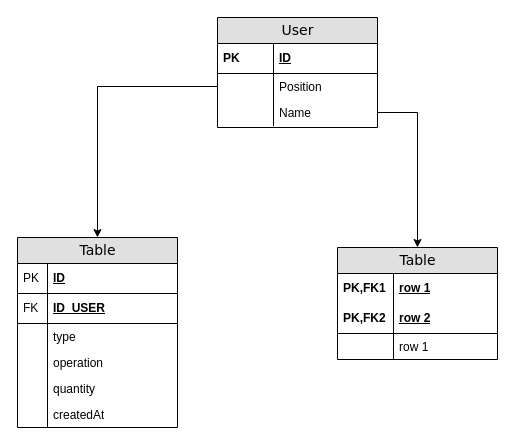
Before: Diagrama sem nome.drawio in Murilloxfogaca/Terceiro-Mundo-Futsal, a draw.io diagram. Source tidied: cells renumbered, new cells numbered last; positions are measured from the earlier drawing's top-left corner, leaving out a move shared by most shapes. Both pictures are drawn from the tidied source at 100%, with x=0, y=0 at pixel (17, 17).
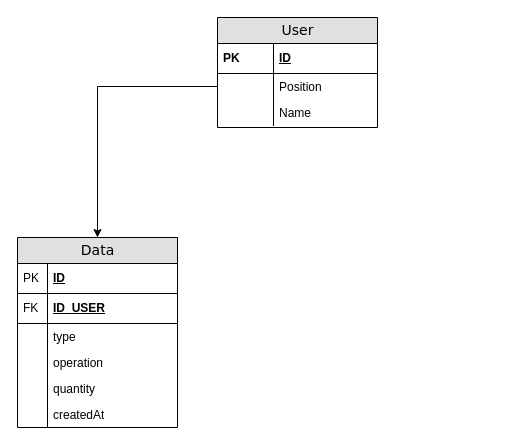
Above is the later version.

Unchanged cells that the change refers to:
```xml
<mxCell id="7" value="&lt;div&gt;Name&lt;/div&gt;" style="shape=partialRectangle;top=0;left=0;right=0;bottom=0;html=1;align=left;verticalAlign=top;fillColor=none;spacingLeft=60;spacingRight=4;whiteSpace=wrap;overflow=hidden;points=[[0,0.5],[1,0.5]];portConstraint=eastwest;" parent="2" vertex="1">
  <mxGeometry y="82" width="160" height="26" as="geometry" />
</mxCell>
```

Diff of the diagram source:
```diff
@@
-    <mxCell id="9" value="Table" style="swimlane;html=1;fontStyle=0;horizontal=1;startSize=26;fillColor=#e0e0e0;swimlaneFillColor=#ffffff;align=center;rounded=0;shadow=0;comic=0;labelBackgroundColor=none;strokeWidth=1;fontFamily=Verdana;fontSize=14;" parent="1" vertex="1">
-      <mxGeometry x="320" y="230" width="160" height="112" as="geometry" />
-    </mxCell>
-    <mxCell id="10" value="row 1" style="shape=partialRectangle;top=0;left=0;right=0;bottom=0;html=1;align=left;verticalAlign=middle;fillColor=none;spacingLeft=60;spacingRight=4;whiteSpace=wrap;overflow=hidden;fontStyle=5;" parent="9" vertex="1">
-      <mxGeometry y="26" width="160" height="30" as="geometry" />
-    </mxCell>
-    <mxCell id="11" value="PK,FK1" style="shape=partialRectangle;fontStyle=1;top=0;left=0;bottom=0;html=1;fillColor=none;align=left;verticalAlign=middle;spacingLeft=4;spacingRight=4;whiteSpace=wrap;overflow=hidden;" parent="10" vertex="1">
-      <mxGeometry width="56" height="30" as="geometry" />
-    </mxCell>
-    <mxCell id="12" value="row 2" style="shape=partialRectangle;top=0;left=0;right=0;bottom=1;html=1;align=left;verticalAlign=middle;fillColor=none;spacingLeft=60;spacingRight=4;whiteSpace=wrap;overflow=hidden;fontStyle=5;" parent="9" vertex="1">
-      <mxGeometry y="56" width="160" height="30" as="geometry" />
-    </mxCell>
-    <mxCell id="13" value="PK,FK2" style="shape=partialRectangle;fontStyle=1;top=0;left=0;bottom=0;html=1;fillColor=none;align=left;verticalAlign=middle;spacingLeft=4;spacingRight=4;whiteSpace=wrap;overflow=hidden;" parent="12" vertex="1">
-      <mxGeometry width="56" height="30" as="geometry" />
-    </mxCell>
-    <mxCell id="14" value="row 1" style="shape=partialRectangle;top=0;left=0;right=0;bottom=0;html=1;align=left;verticalAlign=top;fillColor=none;spacingLeft=60;spacingRight=4;whiteSpace=wrap;overflow=hidden;" parent="9" vertex="1">
-      <mxGeometry y="86" width="160" height="26" as="geometry" />
-    </mxCell>
-    <mxCell id="15" style="shape=partialRectangle;top=0;left=0;bottom=0;html=1;fillColor=none;align=left;verticalAlign=top;spacingLeft=4;spacingRight=4;whiteSpace=wrap;overflow=hidden;" parent="14" vertex="1">
-      <mxGeometry width="56" height="26" as="geometry" />
-    </mxCell>
-    <mxCell id="16" value="Table" style="swimlane;html=1;fontStyle=0;horizontal=1;startSize=26;fillColor=#e0e0e0;swimlaneFillColor=#ffffff;align=center;rounded=0;shadow=0;comic=0;labelBackgroundColor=none;strokeWidth=1;fontFamily=Verdana;fontSize=14;" parent="1" vertex="1">
+    <mxCell id="16" value="&lt;div&gt;Data&lt;/div&gt;" style="swimlane;html=1;fontStyle=0;horizontal=1;startSize=26;fillColor=#e0e0e0;swimlaneFillColor=#ffffff;align=center;rounded=0;shadow=0;comic=0;labelBackgroundColor=none;strokeWidth=1;fontFamily=Verdana;fontSize=14;" parent="1" vertex="1">
       <mxGeometry y="220" width="160" height="190" as="geometry" />
     </mxCell>
@@
-    <mxCell id="30" style="edgeStyle=orthogonalEdgeStyle;rounded=0;jettySize=auto;html=1;entryX=0.5;entryY=0;entryDx=0;entryDy=0;" parent="1" edge="1" source="7" target="9">
-      <mxGeometry relative="1" as="geometry" />
-    </mxCell>
```
